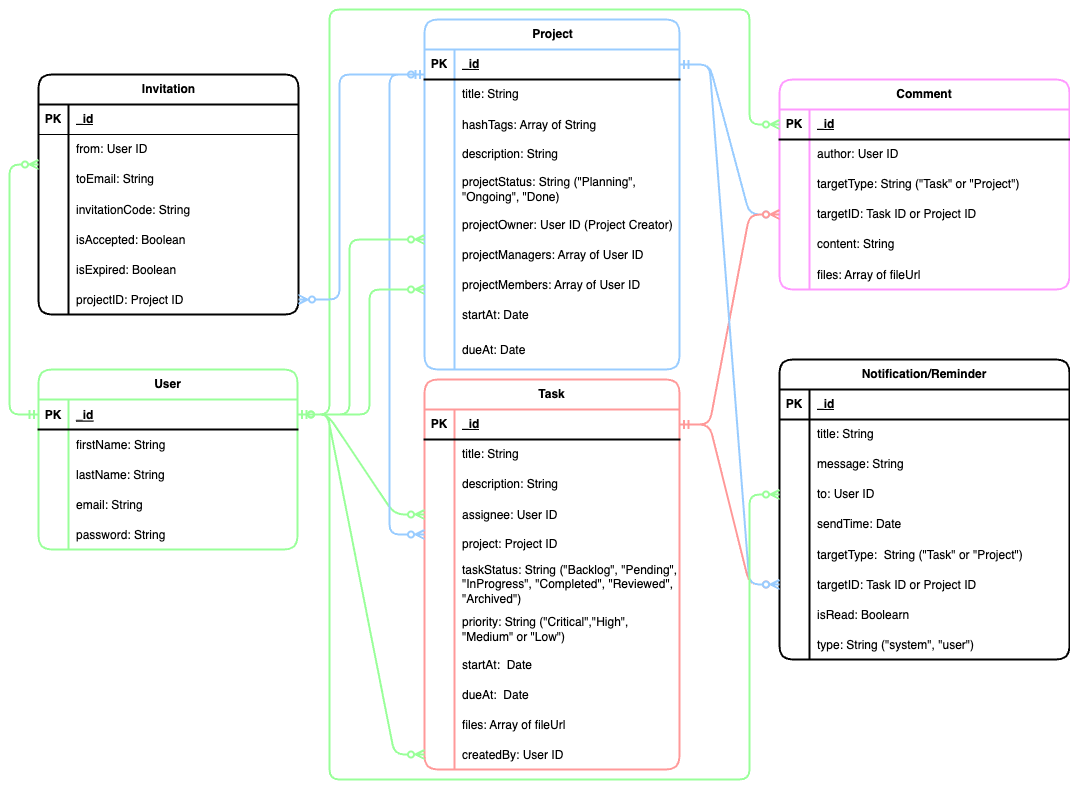
baophammm/task-manager-be keeps this draw.io diagram as docs/task-manager-api-ERD.drawio.png. Above is the earlier version. Source tidied: cells renumbered, new cells last; positions are measured from the earlier drawing's top-left corner, leaving out a move shared by most shapes.
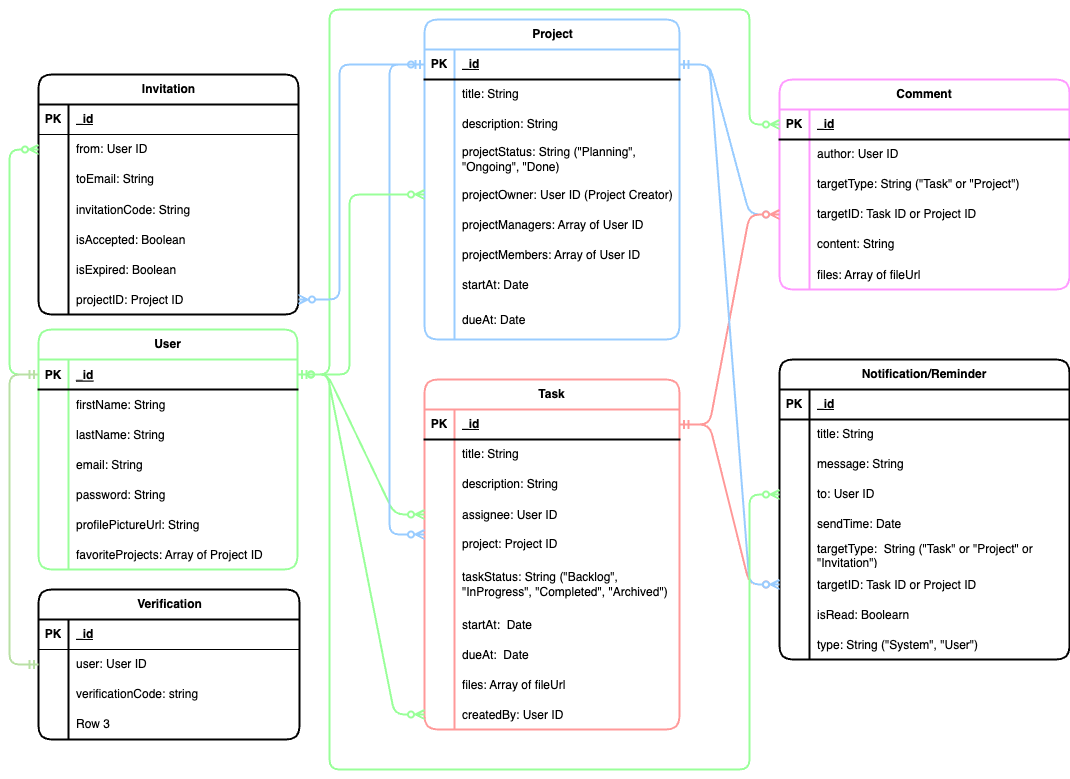
Later version of the same file.

What changed in the source:
```diff
@@ -5,3 +5,3 @@
     <mxCell id="2" value="User" style="shape=table;startSize=30;rowLines=0;fontStyle=1;align=center;whiteSpace=wrap;strokeWidth=2;rounded=1;strokeColor=#99FF99;" parent="1" vertex="1">
-      <mxGeometry x="29" y="360" width="259" height="180" as="geometry" />
+      <mxGeometry x="29" y="320" width="259" height="240" as="geometry" />
     </mxCell>
@@ -52,4 +52,22 @@
     </mxCell>
+    <mxCell id="165" style="shape=tableRow;horizontal=0;startSize=0;swimlaneHead=0;swimlaneBody=0;fillColor=none;top=0;left=0;right=0;bottom=0;" parent="2" vertex="1">
+      <mxGeometry y="180" width="259" height="30" as="geometry" />
+    </mxCell>
+    <mxCell id="166" style="shape=partialRectangle;fillColor=none;top=0;left=0;bottom=0;right=0;overflow=hidden;" parent="165" vertex="1">
+      <mxGeometry width="30" height="30" as="geometry" />
+    </mxCell>
+    <mxCell id="167" value="profilePictureUrl: String" style="shape=partialRectangle;fillColor=none;top=0;left=0;bottom=0;right=0;align=left;spacingLeft=6;overflow=hidden;" parent="165" vertex="1">
+      <mxGeometry x="30" width="229" height="30" as="geometry" />
+    </mxCell>
+    <mxCell id="168" style="shape=tableRow;horizontal=0;startSize=0;swimlaneHead=0;swimlaneBody=0;fillColor=none;top=0;left=0;right=0;bottom=0;" parent="2" vertex="1">
+      <mxGeometry y="210" width="259" height="30" as="geometry" />
+    </mxCell>
+    <mxCell id="169" style="shape=partialRectangle;fillColor=none;top=0;left=0;bottom=0;right=0;overflow=hidden;" parent="168" vertex="1">
+      <mxGeometry width="30" height="30" as="geometry" />
+    </mxCell>
+    <mxCell id="170" value="favoriteProjects: Array of Project ID" style="shape=partialRectangle;fillColor=none;top=0;left=0;bottom=0;right=0;align=left;spacingLeft=6;overflow=hidden;" parent="168" vertex="1">
+      <mxGeometry x="30" width="229" height="30" as="geometry" />
+    </mxCell>
     <mxCell id="18" value="Project" style="shape=table;startSize=30;rowLines=0;fontStyle=1;align=center;html=1;strokeWidth=2;rounded=1;strokeColor=#99CCFF;" parent="1" vertex="1">
-      <mxGeometry x="415" y="10" width="255" height="350" as="geometry" />
+      <mxGeometry x="415" y="10" width="255" height="320" as="geometry" />
     </mxCell>
@@ -73,13 +91,4 @@
     </mxCell>
-    <mxCell id="25" style="shape=tableRow;horizontal=0;startSize=0;swimlaneHead=0;swimlaneBody=0;fillColor=none;top=0;left=0;right=0;bottom=0;" parent="18" vertex="1">
-      <mxGeometry y="90" width="255" height="30" as="geometry" />
-    </mxCell>
-    <mxCell id="26" style="shape=partialRectangle;fillColor=none;top=0;left=0;bottom=0;right=0;overflow=hidden;" parent="25" vertex="1">
-      <mxGeometry width="30" height="30" as="geometry" />
-    </mxCell>
-    <mxCell id="27" value="hashTags: Array of String" style="shape=partialRectangle;fillColor=none;top=0;left=0;bottom=0;right=0;align=left;spacingLeft=6;overflow=hidden;" parent="25" vertex="1">
-      <mxGeometry x="30" width="225" height="30" as="geometry" />
-    </mxCell>
     <mxCell id="28" style="shape=tableRow;horizontal=0;startSize=0;swimlaneHead=0;swimlaneBody=0;fillColor=none;top=0;left=0;right=0;bottom=0;strokeWidth=2;" parent="18" vertex="1">
-      <mxGeometry y="120" width="255" height="30" as="geometry" />
+      <mxGeometry y="90" width="255" height="30" as="geometry" />
     </mxCell>
@@ -92,3 +101,3 @@
     <mxCell id="31" style="shape=tableRow;horizontal=0;startSize=0;swimlaneHead=0;swimlaneBody=0;fillColor=none;top=0;left=0;right=0;bottom=0;rounded=0;" parent="18" vertex="1">
-      <mxGeometry y="150" width="255" height="40" as="geometry" />
+      <mxGeometry y="120" width="255" height="40" as="geometry" />
     </mxCell>
@@ -101,3 +110,3 @@
     <mxCell id="34" style="shape=tableRow;horizontal=0;startSize=0;swimlaneHead=0;swimlaneBody=0;fillColor=none;points=[[0,0.5],[1,0.5]];portConstraint=eastwest;top=0;left=0;right=0;bottom=0;" parent="18" vertex="1">
-      <mxGeometry y="190" width="255" height="30" as="geometry" />
+      <mxGeometry y="160" width="255" height="30" as="geometry" />
     </mxCell>
@@ -110,3 +119,3 @@
     <mxCell id="37" style="shape=tableRow;horizontal=0;startSize=0;swimlaneHead=0;swimlaneBody=0;fillColor=none;top=0;left=0;right=0;bottom=0;" parent="18" vertex="1">
-      <mxGeometry y="220" width="255" height="30" as="geometry" />
+      <mxGeometry y="190" width="255" height="30" as="geometry" />
     </mxCell>
@@ -119,3 +128,3 @@
     <mxCell id="40" style="shape=tableRow;horizontal=0;startSize=0;swimlaneHead=0;swimlaneBody=0;fillColor=none;points=[[0,0.5],[1,0.5]];portConstraint=eastwest;top=0;left=0;right=0;bottom=0;" parent="18" vertex="1">
-      <mxGeometry y="250" width="255" height="30" as="geometry" />
+      <mxGeometry y="220" width="255" height="30" as="geometry" />
     </mxCell>
@@ -128,3 +137,3 @@
     <mxCell id="43" style="shape=tableRow;horizontal=0;startSize=0;swimlaneHead=0;swimlaneBody=0;fillColor=none;top=0;left=0;right=0;bottom=0;" parent="18" vertex="1">
-      <mxGeometry y="280" width="255" height="30" as="geometry" />
+      <mxGeometry y="250" width="255" height="30" as="geometry" />
     </mxCell>
@@ -137,3 +146,3 @@
     <mxCell id="46" style="shape=tableRow;horizontal=0;startSize=0;swimlaneHead=0;swimlaneBody=0;fillColor=none;top=0;left=0;right=0;bottom=0;" parent="18" vertex="1">
-      <mxGeometry y="310" width="255" height="40" as="geometry" />
+      <mxGeometry y="280" width="255" height="40" as="geometry" />
     </mxCell>
@@ -146,3 +155,3 @@
     <mxCell id="49" value="Task" style="shape=table;startSize=30;rowLines=0;fontStyle=1;align=center;html=1;strokeWidth=2;whiteSpace=wrap;rounded=1;strokeColor=#FF9999;" parent="1" vertex="1">
-      <mxGeometry x="415" y="370" width="255" height="390" as="geometry" />
+      <mxGeometry x="415" y="370" width="255" height="350" as="geometry" />
     </mxCell>
@@ -199,16 +208,7 @@
     </mxCell>
-    <mxCell id="67" value="taskStatus: String (&quot;Backlog&quot;, &quot;Pending&quot;, &quot;InProgress&quot;, &quot;Completed&quot;, &quot;Reviewed&quot;, &quot;Archived&quot;)" style="shape=partialRectangle;fillColor=none;top=0;left=0;bottom=0;right=0;align=left;spacingLeft=6;overflow=hidden;strokeWidth=2;whiteSpace=wrap;" parent="65" vertex="1">
+    <mxCell id="67" value="taskStatus: String (&quot;Backlog&quot;, &quot;InProgress&quot;, &quot;Completed&quot;, &quot;Archived&quot;)" style="shape=partialRectangle;fillColor=none;top=0;left=0;bottom=0;right=0;align=left;spacingLeft=6;overflow=hidden;strokeWidth=2;whiteSpace=wrap;" parent="65" vertex="1">
       <mxGeometry x="30" width="225" height="50" as="geometry" />
     </mxCell>
-    <mxCell id="68" style="shape=tableRow;horizontal=0;startSize=0;swimlaneHead=0;swimlaneBody=0;fillColor=none;top=0;left=0;right=0;bottom=0;strokeWidth=2;" parent="49" vertex="1">
-      <mxGeometry y="230" width="255" height="40" as="geometry" />
-    </mxCell>
-    <mxCell id="69" style="shape=partialRectangle;fillColor=none;top=0;left=0;bottom=0;right=0;overflow=hidden;strokeWidth=2;" parent="68" vertex="1">
-      <mxGeometry width="30" height="40" as="geometry" />
-    </mxCell>
-    <mxCell id="70" value="priority: String (&quot;Critical&quot;,&quot;High&quot;, &quot;Medium&quot; or &quot;Low&quot;) " style="shape=partialRectangle;fillColor=none;top=0;left=0;bottom=0;right=0;align=left;spacingLeft=6;overflow=hidden;whiteSpace=wrap;strokeWidth=2;" parent="68" vertex="1">
-      <mxGeometry x="30" width="225" height="40" as="geometry" />
-    </mxCell>
     <mxCell id="71" style="shape=tableRow;horizontal=0;startSize=0;swimlaneHead=0;swimlaneBody=0;fillColor=none;top=0;left=0;right=0;bottom=0;strokeWidth=2;" parent="49" vertex="1">
-      <mxGeometry y="270" width="255" height="30" as="geometry" />
+      <mxGeometry y="230" width="255" height="30" as="geometry" />
     </mxCell>
@@ -221,3 +221,3 @@
     <mxCell id="74" style="shape=tableRow;horizontal=0;startSize=0;swimlaneHead=0;swimlaneBody=0;fillColor=none;top=0;left=0;right=0;bottom=0;strokeWidth=2;" parent="49" vertex="1">
-      <mxGeometry y="300" width="255" height="30" as="geometry" />
+      <mxGeometry y="260" width="255" height="30" as="geometry" />
     </mxCell>
@@ -230,3 +230,3 @@
     <mxCell id="77" style="shape=tableRow;horizontal=0;startSize=0;swimlaneHead=0;swimlaneBody=0;fillColor=none;top=0;left=0;right=0;bottom=0;" parent="49" vertex="1">
-      <mxGeometry y="330" width="255" height="30" as="geometry" />
+      <mxGeometry y="290" width="255" height="30" as="geometry" />
     </mxCell>
@@ -239,3 +239,3 @@
     <mxCell id="80" style="shape=tableRow;horizontal=0;startSize=0;swimlaneHead=0;swimlaneBody=0;fillColor=none;points=[[0,0.5],[1,0.5]];portConstraint=eastwest;top=0;left=0;right=0;bottom=0;" parent="49" vertex="1">
-      <mxGeometry y="360" width="255" height="30" as="geometry" />
+      <mxGeometry y="320" width="255" height="30" as="geometry" />
     </mxCell>
@@ -358,3 +358,3 @@
     </mxCell>
-    <mxCell id="120" value="targetType:  String (&quot;Task&quot; or &quot;Project&quot;)" style="shape=partialRectangle;fillColor=none;top=0;left=0;bottom=0;right=0;align=left;spacingLeft=6;overflow=hidden;" parent="118" vertex="1">
+    <mxCell id="120" value="targetType:  String (&quot;Task&quot; or &quot;Project&quot; or &quot;Invitation&quot;)" style="shape=partialRectangle;fillColor=none;top=0;left=0;bottom=0;right=0;align=left;spacingLeft=6;overflow=hidden;whiteSpace=wrap;" parent="118" vertex="1">
       <mxGeometry x="30" width="260" height="30" as="geometry" />
@@ -385,3 +385,3 @@
     </mxCell>
-    <mxCell id="129" value="type: String (&quot;system&quot;, &quot;user&quot;)" style="shape=partialRectangle;fillColor=none;top=0;left=0;bottom=0;right=0;align=left;spacingLeft=6;overflow=hidden;" parent="127" vertex="1">
+    <mxCell id="129" value="type: String (&quot;System&quot;, &quot;User&quot;)" style="shape=partialRectangle;fillColor=none;top=0;left=0;bottom=0;right=0;align=left;spacingLeft=6;overflow=hidden;" parent="127" vertex="1">
       <mxGeometry x="30" width="260" height="30" as="geometry" />
@@ -407,3 +407,3 @@
         <Array as="points">
-          <mxPoint x="380" y="65" />
+          <mxPoint x="380" y="55" />
           <mxPoint x="380" y="525" />
@@ -419,3 +419,3 @@
         <Array as="points">
-          <mxPoint x="320" y="405" />
+          <mxPoint x="320" y="365" />
           <mxPoint x="320" />
@@ -429,5 +429,5 @@
         <Array as="points">
-          <mxPoint x="320" y="405" />
-          <mxPoint x="320" y="770" />
-          <mxPoint x="740" y="770" />
+          <mxPoint x="320" y="365" />
+          <mxPoint x="320" y="760" />
+          <mxPoint x="740" y="760" />
           <mxPoint x="740" y="485" />
@@ -505,4 +505,4 @@
         <Array as="points">
-          <mxPoint y="405" />
-          <mxPoint y="155" />
+          <mxPoint y="365" />
+          <mxPoint y="140" />
         </Array>
@@ -513,4 +513,4 @@
         <Array as="points">
-          <mxPoint x="340" y="405" />
-          <mxPoint x="340" y="230" />
+          <mxPoint x="340" y="365" />
+          <mxPoint x="340" y="185" />
         </Array>
@@ -525,10 +525,2 @@
     </mxCell>
-    <mxCell id="163" style="edgeStyle=orthogonalEdgeStyle;fontSize=12;html=1;endArrow=ERzeroToMany;startArrow=ERmandOne;rounded=1;strokeColor=#99FF99;strokeWidth=2;" parent="1" edge="1" source="3" target="40">
-      <mxGeometry relative="1" as="geometry">
-        <Array as="points">
-          <mxPoint x="360" y="405" />
-          <mxPoint x="360" y="280" />
-        </Array>
-      </mxGeometry>
-    </mxCell>
     <mxCell id="164" style="edgeStyle=orthogonalEdgeStyle;fontSize=12;html=1;endArrow=ERzeroToMany;startArrow=ERmandOne;rounded=1;strokeColor=#99CCFF;strokeWidth=2;" parent="1" edge="1" source="19" target="157">
@@ -536,3 +528,3 @@
         <Array as="points">
-          <mxPoint x="330" y="65" />
+          <mxPoint x="330" y="55" />
           <mxPoint x="330" y="290" />
@@ -541,2 +533,49 @@
     </mxCell>
+    <mxCell id="171" value="Verification" style="shape=table;startSize=30;rowLines=0;fontStyle=1;align=center;html=1;rounded=1;strokeWidth=2;" parent="1" vertex="1">
+      <mxGeometry x="29" y="580" width="261" height="150" as="geometry" />
+    </mxCell>
+    <mxCell id="172" style="shape=tableRow;horizontal=0;startSize=0;swimlaneHead=0;swimlaneBody=0;fillColor=none;top=0;left=0;right=0;bottom=1;" parent="171" vertex="1">
+      <mxGeometry y="30" width="261" height="30" as="geometry" />
+    </mxCell>
+    <mxCell id="173" value="PK" style="shape=partialRectangle;fillColor=none;top=0;left=0;bottom=0;right=0;fontStyle=1;overflow=hidden;whiteSpace=wrap;html=1;" parent="172" vertex="1">
+      <mxGeometry width="30" height="30" as="geometry" />
+    </mxCell>
+    <mxCell id="174" value="_id" style="shape=partialRectangle;fillColor=none;top=0;left=0;bottom=0;right=0;align=left;spacingLeft=6;fontStyle=5;overflow=hidden;whiteSpace=wrap;html=1;" parent="172" vertex="1">
+      <mxGeometry x="30" width="231" height="30" as="geometry" />
+    </mxCell>
+    <mxCell id="175" style="shape=tableRow;horizontal=0;startSize=0;swimlaneHead=0;swimlaneBody=0;fillColor=none;points=[[0,0.5],[1,0.5]];portConstraint=eastwest;top=0;left=0;right=0;bottom=0;" parent="171" vertex="1">
+      <mxGeometry y="60" width="261" height="30" as="geometry" />
+    </mxCell>
+    <mxCell id="176" style="shape=partialRectangle;fillColor=none;top=0;left=0;bottom=0;right=0;overflow=hidden;whiteSpace=wrap;html=1;" parent="175" vertex="1">
+      <mxGeometry width="30" height="30" as="geometry" />
+    </mxCell>
+    <mxCell id="177" value="user: User ID" style="shape=partialRectangle;fillColor=none;top=0;left=0;bottom=0;right=0;align=left;spacingLeft=6;overflow=hidden;whiteSpace=wrap;html=1;" parent="175" vertex="1">
+      <mxGeometry x="30" width="231" height="30" as="geometry" />
+    </mxCell>
+    <mxCell id="178" style="shape=tableRow;horizontal=0;startSize=0;swimlaneHead=0;swimlaneBody=0;fillColor=none;top=0;left=0;right=0;bottom=0;" parent="171" vertex="1">
+      <mxGeometry y="90" width="261" height="30" as="geometry" />
+    </mxCell>
+    <mxCell id="179" style="shape=partialRectangle;fillColor=none;top=0;left=0;bottom=0;right=0;overflow=hidden;whiteSpace=wrap;html=1;" parent="178" vertex="1">
+      <mxGeometry width="30" height="30" as="geometry" />
+    </mxCell>
+    <mxCell id="180" value="verificationCode: string" style="shape=partialRectangle;fillColor=none;top=0;left=0;bottom=0;right=0;align=left;spacingLeft=6;overflow=hidden;whiteSpace=wrap;html=1;" parent="178" vertex="1">
+      <mxGeometry x="30" width="231" height="30" as="geometry" />
+    </mxCell>
+    <mxCell id="181" style="shape=tableRow;horizontal=0;startSize=0;swimlaneHead=0;swimlaneBody=0;fillColor=none;top=0;left=0;right=0;bottom=0;" parent="171" vertex="1">
+      <mxGeometry y="120" width="261" height="30" as="geometry" />
+    </mxCell>
+    <mxCell id="182" style="shape=partialRectangle;fillColor=none;top=0;left=0;bottom=0;right=0;overflow=hidden;whiteSpace=wrap;html=1;" parent="181" vertex="1">
+      <mxGeometry width="30" height="30" as="geometry" />
+    </mxCell>
+    <mxCell id="183" value="Row 3" style="shape=partialRectangle;fillColor=none;top=0;left=0;bottom=0;right=0;align=left;spacingLeft=6;overflow=hidden;whiteSpace=wrap;html=1;" parent="181" vertex="1">
+      <mxGeometry x="30" width="231" height="30" as="geometry" />
+    </mxCell>
+    <mxCell id="184" style="edgeStyle=orthogonalEdgeStyle;fontSize=12;html=1;endArrow=ERmandOne;startArrow=ERmandOne;rounded=1;exitX=0;exitY=0.5;exitDx=0;exitDy=0;curved=0;strokeColor=#B9E0A5;strokeWidth=2;" parent="1" edge="1" source="3" target="175">
+      <mxGeometry relative="1" as="geometry">
+        <Array as="points">
+          <mxPoint y="365" />
+          <mxPoint y="655" />
+        </Array>
+      </mxGeometry>
+    </mxCell>
   </root>
```
